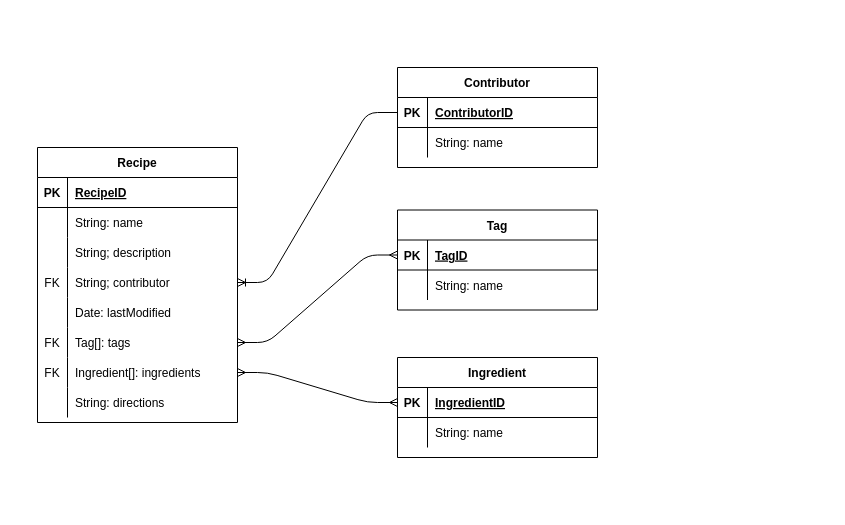
The draw.io diagram Design/backend/dataModels.drawio in foohooboo/family-recipes, before the edit. Source tidied: cells renumbered, new cells numbered last; positions are measured from the earlier drawing's top-left corner, leaving out a move shared by most shapes. Both pictures are drawn from the tidied source at 100%, with x=0, y=0 at pixel (37, 67).
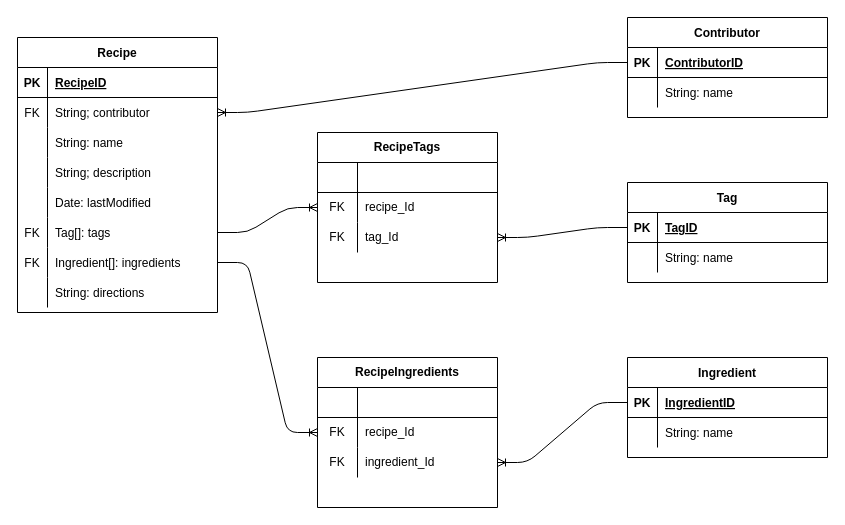
The same diagram, later.

Commit message:
missed the relation tables for many-manys

The change refers to these unchanged cells:
```xml
<mxCell id="18" style="shape=partialRectangle;fillColor=none;top=0;left=0;bottom=0;right=0;points=[[0,0.5],[1,0.5]];portConstraint=eastwest;" parent="2" vertex="1">
  <mxGeometry y="180" width="200" height="30" as="geometry" />
</mxCell>
<mxCell id="21" style="shape=partialRectangle;fillColor=none;top=0;left=0;bottom=0;right=0;points=[[0,0.5],[1,0.5]];portConstraint=eastwest;" parent="2" vertex="1">
  <mxGeometry y="210" width="200" height="30" as="geometry" />
</mxCell>
<mxCell id="35" style="shape=partialRectangle;fillColor=none;top=0;left=0;bottom=1;right=0;points=[[0,0.5],[1,0.5]];portConstraint=eastwest;" parent="34" vertex="1">
  <mxGeometry y="30" width="200" height="30" as="geometry" />
</mxCell>
<mxCell id="42" style="shape=partialRectangle;fillColor=none;top=0;left=0;bottom=1;right=0;points=[[0,0.5],[1,0.5]];portConstraint=eastwest;" parent="41" vertex="1">
  <mxGeometry y="30" width="200" height="30" as="geometry" />
</mxCell>
```

What changed in the source:
```diff
@@
     <mxCell id="2" value="Recipe" style="shape=table;startSize=30;childLayout=tableLayout;rowLines=0;fontStyle=1;align=center;" parent="1" vertex="1">
-      <mxGeometry y="80" width="200" height="275" as="geometry" />
+      <mxGeometry x="-20" y="-30" width="200" height="275" as="geometry" />
     </mxCell>
@@
+    <mxCell id="12" style="shape=partialRectangle;fillColor=none;top=0;left=0;bottom=0;right=0;points=[[0,0.5],[1,0.5]];portConstraint=eastwest;" parent="2" vertex="1">
+      <mxGeometry y="60" width="200" height="30" as="geometry" />
+    </mxCell>
+    <mxCell id="13" value="FK" style="shape=partialRectangle;fillColor=none;top=0;left=0;bottom=0;right=0;overflow=hidden;" parent="12" vertex="1">
+      <mxGeometry width="30" height="30" as="geometry" />
+    </mxCell>
+    <mxCell id="14" value="String; contributor" style="shape=partialRectangle;fillColor=none;top=0;left=0;bottom=0;right=0;align=left;spacingLeft=6;overflow=hidden;" parent="12" vertex="1">
+      <mxGeometry x="30" width="170" height="30" as="geometry" />
+    </mxCell>
     <mxCell id="6" style="shape=partialRectangle;fillColor=none;top=0;left=0;bottom=0;right=0;" parent="2" vertex="1">
-      <mxGeometry y="60" width="200" height="30" as="geometry" />
+      <mxGeometry y="90" width="200" height="30" as="geometry" />
     </mxCell>
@@
     <mxCell id="9" style="shape=partialRectangle;fillColor=none;top=0;left=0;bottom=0;right=0;" parent="2" vertex="1">
-      <mxGeometry y="90" width="200" height="30" as="geometry" />
+      <mxGeometry y="120" width="200" height="30" as="geometry" />
     </mxCell>
@@
-    <mxCell id="12" style="shape=partialRectangle;fillColor=none;top=0;left=0;bottom=0;right=0;points=[[0,0.5],[1,0.5]];portConstraint=eastwest;" parent="2" vertex="1">
-      <mxGeometry y="120" width="200" height="30" as="geometry" />
-    </mxCell>
-    <mxCell id="13" value="FK" style="shape=partialRectangle;fillColor=none;top=0;left=0;bottom=0;right=0;overflow=hidden;" parent="12" vertex="1">
-      <mxGeometry width="30" height="30" as="geometry" />
-    </mxCell>
-    <mxCell id="14" value="String; contributor" style="shape=partialRectangle;fillColor=none;top=0;left=0;bottom=0;right=0;align=left;spacingLeft=6;overflow=hidden;" parent="12" vertex="1">
-      <mxGeometry x="30" width="170" height="30" as="geometry" />
-    </mxCell>
@@
     <mxCell id="27" value="Contributor" style="shape=table;startSize=30;childLayout=tableLayout;rowLines=0;fontStyle=1;align=center;" parent="1" vertex="1">
-      <mxGeometry x="360" width="200" height="100" as="geometry" />
+      <mxGeometry x="590" y="-50" width="200" height="100" as="geometry" />
     </mxCell>
@@
     <mxCell id="34" value="Ingredient" style="shape=table;startSize=30;childLayout=tableLayout;rowLines=0;fontStyle=1;align=center;" parent="1" vertex="1">
-      <mxGeometry x="360" y="290" width="200" height="100" as="geometry" />
+      <mxGeometry x="590" y="290" width="200" height="100" as="geometry" />
     </mxCell>
@@
     <mxCell id="41" value="Tag" style="shape=table;startSize=30;childLayout=tableLayout;rowLines=0;fontStyle=1;align=center;" parent="1" vertex="1">
-      <mxGeometry x="360" y="142.5" width="200" height="100" as="geometry" />
+      <mxGeometry x="590" y="115" width="200" height="100" as="geometry" />
     </mxCell>
@@
+    <mxCell id="51" value="RecipeTags" style="shape=table;html=1;whiteSpace=wrap;startSize=30;childLayout=tableLayout;rowLines=0;fontStyle=1;align=center;" parent="1" vertex="1">
+      <mxGeometry x="280" y="65" width="180" height="150" as="geometry" />
+    </mxCell>
+    <mxCell id="52" style="shape=partialRectangle;html=1;whiteSpace=wrap;fillColor=none;top=0;left=0;bottom=1;right=0;" parent="51" vertex="1">
+      <mxGeometry y="30" width="180" height="30" as="geometry" />
+    </mxCell>
+    <mxCell id="53" style="shape=partialRectangle;html=1;whiteSpace=wrap;fillColor=none;top=0;left=0;bottom=0;right=0;overflow=hidden;" parent="52" vertex="1">
+      <mxGeometry width="40" height="30" as="geometry" />
+    </mxCell>
+    <mxCell id="54" style="shape=partialRectangle;html=1;whiteSpace=wrap;fillColor=none;top=0;left=0;bottom=0;right=0;align=left;spacingLeft=6;overflow=hidden;" parent="52" vertex="1">
+      <mxGeometry x="40" width="140" height="30" as="geometry" />
+    </mxCell>
+    <mxCell id="55" style="shape=partialRectangle;html=1;whiteSpace=wrap;fillColor=none;top=0;left=0;bottom=0;right=0;points=[[0,0.5],[1,0.5]];portConstraint=eastwest;" parent="51" vertex="1">
+      <mxGeometry y="60" width="180" height="30" as="geometry" />
+    </mxCell>
+    <mxCell id="56" value="FK" style="shape=partialRectangle;html=1;whiteSpace=wrap;fillColor=none;top=0;left=0;bottom=0;right=0;overflow=hidden;" parent="55" vertex="1">
+      <mxGeometry width="40" height="30" as="geometry" />
+    </mxCell>
+    <mxCell id="57" value="recipe_Id" style="shape=partialRectangle;html=1;whiteSpace=wrap;fillColor=none;top=0;left=0;bottom=0;right=0;align=left;spacingLeft=6;overflow=hidden;" parent="55" vertex="1">
+      <mxGeometry x="40" width="140" height="30" as="geometry" />
+    </mxCell>
+    <mxCell id="58" style="shape=partialRectangle;html=1;whiteSpace=wrap;fillColor=none;top=0;left=0;bottom=0;right=0;points=[[0,0.5],[1,0.5]];portConstraint=eastwest;" parent="51" vertex="1">
+      <mxGeometry y="90" width="180" height="30" as="geometry" />
+    </mxCell>
+    <mxCell id="59" value="FK" style="shape=partialRectangle;html=1;whiteSpace=wrap;fillColor=none;top=0;left=0;bottom=0;right=0;overflow=hidden;" parent="58" vertex="1">
+      <mxGeometry width="40" height="30" as="geometry" />
+    </mxCell>
+    <mxCell id="60" value="tag_Id" style="shape=partialRectangle;html=1;whiteSpace=wrap;fillColor=none;top=0;left=0;bottom=0;right=0;align=left;spacingLeft=6;overflow=hidden;" parent="58" vertex="1">
+      <mxGeometry x="40" width="140" height="30" as="geometry" />
+    </mxCell>
+    <mxCell id="61" value="RecipeIngredients" style="shape=table;html=1;whiteSpace=wrap;startSize=30;childLayout=tableLayout;rowLines=0;fontStyle=1;align=center;" parent="1" vertex="1">
+      <mxGeometry x="280" y="290" width="180" height="150" as="geometry" />
+    </mxCell>
+    <mxCell id="62" style="shape=partialRectangle;html=1;whiteSpace=wrap;fillColor=none;top=0;left=0;bottom=1;right=0;" parent="61" vertex="1">
+      <mxGeometry y="30" width="180" height="30" as="geometry" />
+    </mxCell>
+    <mxCell id="63" style="shape=partialRectangle;html=1;whiteSpace=wrap;fillColor=none;top=0;left=0;bottom=0;right=0;overflow=hidden;" parent="62" vertex="1">
+      <mxGeometry width="40" height="30" as="geometry" />
+    </mxCell>
+    <mxCell id="64" style="shape=partialRectangle;html=1;whiteSpace=wrap;fillColor=none;top=0;left=0;bottom=0;right=0;align=left;spacingLeft=6;overflow=hidden;" parent="62" vertex="1">
+      <mxGeometry x="40" width="140" height="30" as="geometry" />
+    </mxCell>
+    <mxCell id="65" style="shape=partialRectangle;html=1;whiteSpace=wrap;fillColor=none;top=0;left=0;bottom=0;right=0;points=[[0,0.5],[1,0.5]];portConstraint=eastwest;" parent="61" vertex="1">
+      <mxGeometry y="60" width="180" height="30" as="geometry" />
+    </mxCell>
+    <mxCell id="66" value="FK" style="shape=partialRectangle;html=1;whiteSpace=wrap;fillColor=none;top=0;left=0;bottom=0;right=0;overflow=hidden;" parent="65" vertex="1">
+      <mxGeometry width="40" height="30" as="geometry" />
+    </mxCell>
+    <mxCell id="67" value="recipe_Id" style="shape=partialRectangle;html=1;whiteSpace=wrap;fillColor=none;top=0;left=0;bottom=0;right=0;align=left;spacingLeft=6;overflow=hidden;" parent="65" vertex="1">
+      <mxGeometry x="40" width="140" height="30" as="geometry" />
+    </mxCell>
+    <mxCell id="68" style="shape=partialRectangle;html=1;whiteSpace=wrap;fillColor=none;top=0;left=0;bottom=0;right=0;points=[[0,0.5],[1,0.5]];portConstraint=eastwest;" parent="61" vertex="1">
+      <mxGeometry y="90" width="180" height="30" as="geometry" />
+    </mxCell>
+    <mxCell id="69" value="FK" style="shape=partialRectangle;html=1;whiteSpace=wrap;fillColor=none;top=0;left=0;bottom=0;right=0;overflow=hidden;" parent="68" vertex="1">
+      <mxGeometry width="40" height="30" as="geometry" />
+    </mxCell>
+    <mxCell id="70" value="ingredient_Id" style="shape=partialRectangle;html=1;whiteSpace=wrap;fillColor=none;top=0;left=0;bottom=0;right=0;align=left;spacingLeft=6;overflow=hidden;" parent="68" vertex="1">
+      <mxGeometry x="40" width="140" height="30" as="geometry" />
+    </mxCell>
+    <mxCell id="71" style="edgeStyle=entityRelationEdgeStyle;fontSize=12;html=1;endArrow=ERoneToMany;exitX=1;exitY=0.5;exitDx=0;exitDy=0;entryX=0;entryY=0.5;entryDx=0;entryDy=0;" parent="1" edge="1" source="18" target="55">
+      <mxGeometry relative="1" as="geometry" />
+    </mxCell>
+    <mxCell id="72" style="edgeStyle=entityRelationEdgeStyle;fontSize=12;html=1;endArrow=ERoneToMany;exitX=0;exitY=0.5;exitDx=0;exitDy=0;entryX=1;entryY=0.5;entryDx=0;entryDy=0;" parent="1" edge="1" source="42" target="58">
+      <mxGeometry relative="1" as="geometry" />
+    </mxCell>
+    <mxCell id="73" style="edgeStyle=entityRelationEdgeStyle;fontSize=12;html=1;endArrow=ERoneToMany;exitX=1;exitY=0.5;exitDx=0;exitDy=0;entryX=0;entryY=0.5;entryDx=0;entryDy=0;" parent="1" edge="1" source="21" target="65">
+      <mxGeometry relative="1" as="geometry" />
+    </mxCell>
+    <mxCell id="74" style="edgeStyle=entityRelationEdgeStyle;fontSize=12;html=1;endArrow=ERoneToMany;exitX=0;exitY=0.5;exitDx=0;exitDy=0;entryX=1;entryY=0.5;entryDx=0;entryDy=0;" parent="1" edge="1" source="35" target="68">
+      <mxGeometry relative="1" as="geometry" />
+    </mxCell>
@@
-    <mxCell id="49" style="edgeStyle=entityRelationEdgeStyle;fontSize=12;html=1;endArrow=ERmany;startArrow=ERmany;entryX=0;entryY=0.5;entryDx=0;entryDy=0;exitX=1;exitY=0.5;exitDx=0;exitDy=0;" parent="1" edge="1" source="21" target="35">
-      <mxGeometry relative="1" as="geometry" />
-    </mxCell>
-    <mxCell id="50" style="edgeStyle=entityRelationEdgeStyle;fontSize=12;html=1;endArrow=ERmany;startArrow=ERmany;entryX=0;entryY=0.5;entryDx=0;entryDy=0;exitX=1;exitY=0.5;exitDx=0;exitDy=0;" parent="1" edge="1" source="18" target="42">
-      <mxGeometry relative="1" as="geometry" />
-    </mxCell>
```
